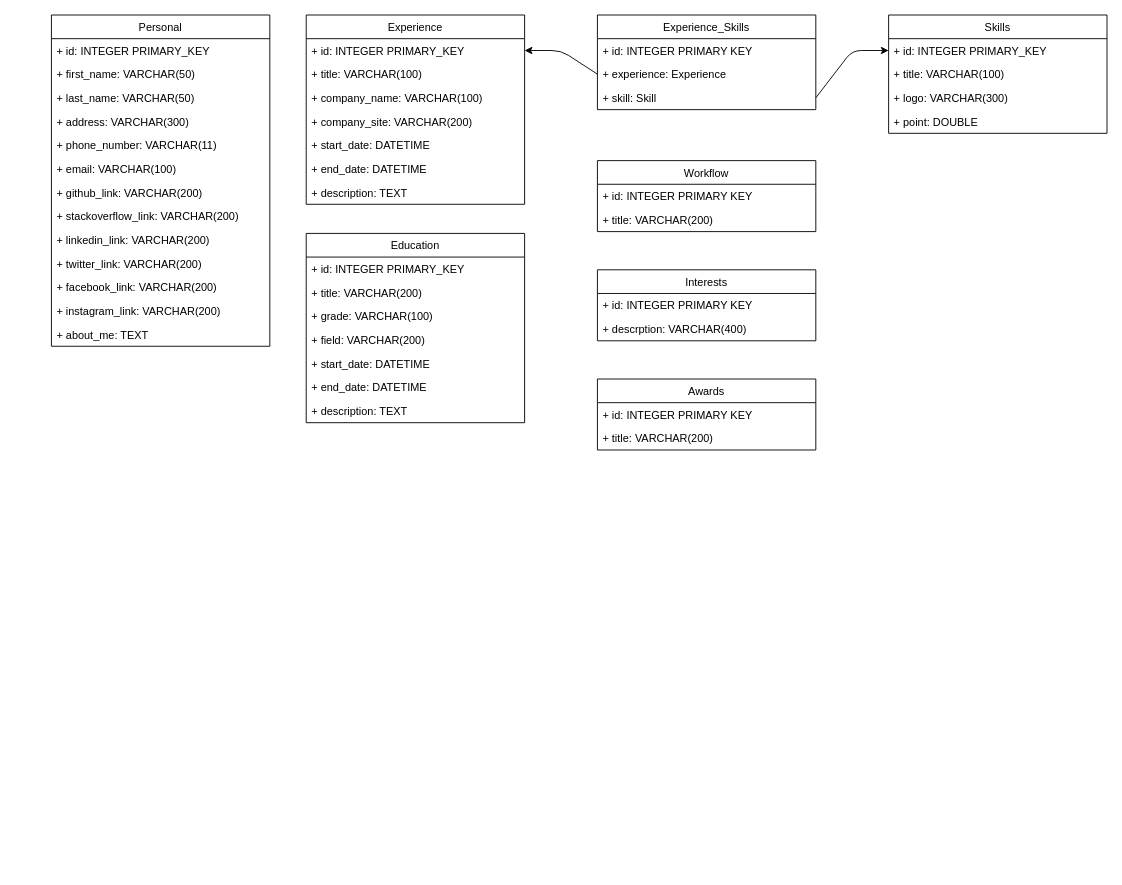
This is db.drawio from mamin75dev/resume-site-with-flask-and-mysql, a draw.io file, before an edit. Source tidied: cells renumbered, new cells numbered last; positions are measured from the earlier drawing's top-left corner, leaving out a move shared by most shapes. Both pictures are drawn from the tidied source at 91%, with x=0, y=0 at pixel (51, 15).
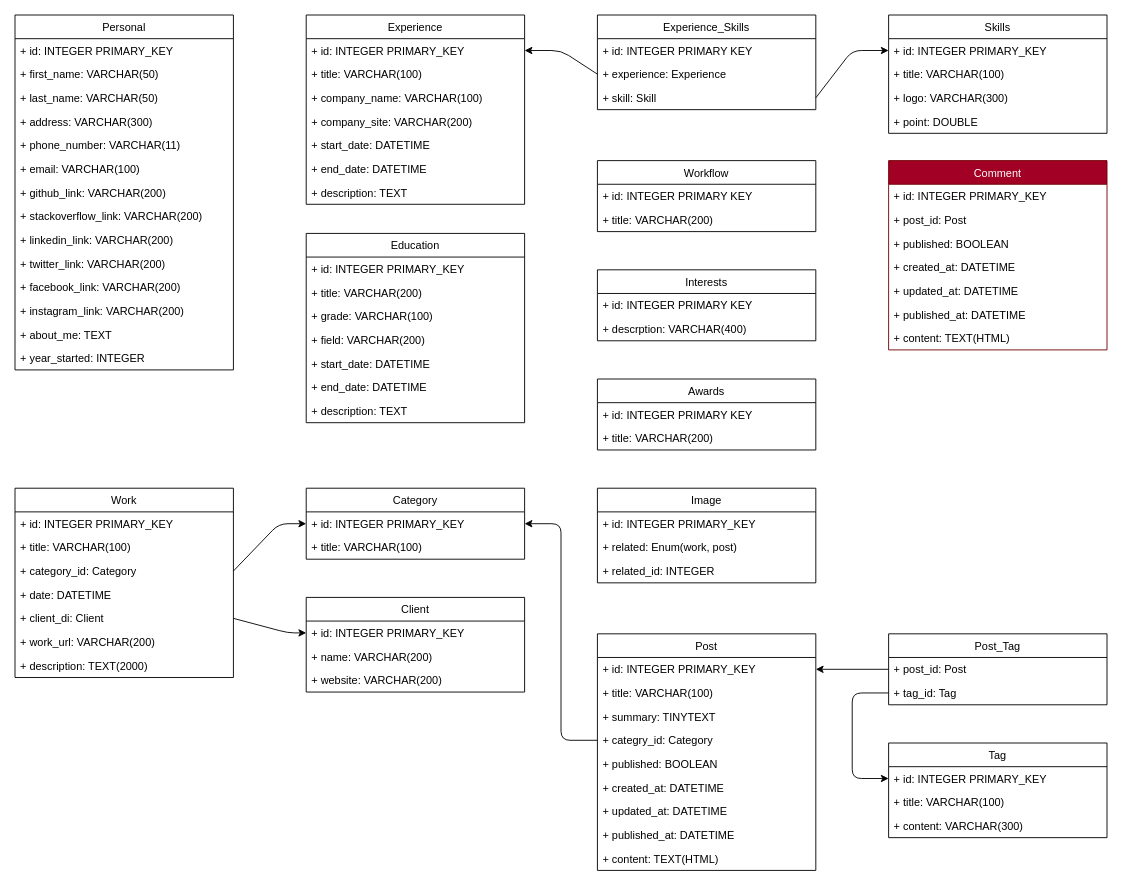
The same page after the edit.

Commit message:
change db diagram for blog and portfolio

The change refers to these unchanged cells:
```xml
<mxCell id="17" value="+ id: INTEGER PRIMARY_KEY" style="text;strokeColor=none;fillColor=none;align=left;verticalAlign=top;spacingLeft=4;spacingRight=4;overflow=hidden;points=[[0,0.5],[1,0.5]];portConstraint=eastwest;" parent="16" vertex="1">
  <mxGeometry y="26" width="240" height="26" as="geometry" />
</mxCell>
<mxCell id="39" value="+ experience: Experience" style="text;strokeColor=none;fillColor=none;align=left;verticalAlign=top;spacingLeft=4;spacingRight=4;overflow=hidden;points=[[0,0.5],[1,0.5]];portConstraint=eastwest;" parent="37" vertex="1">
  <mxGeometry y="52" width="240" height="26" as="geometry" />
</mxCell>
```

Diff of the diagram source:
```diff
@@
     <mxCell id="2" value="Personal" style="swimlane;fontStyle=0;horizontal=1;startSize=26;fillColor=none;" parent="1" vertex="1">
-      <mxGeometry width="240" height="364" as="geometry" />
+      <mxGeometry x="-40" width="240" height="390" as="geometry" />
     </mxCell>
@@
+    <mxCell id="52" value="+ year_started: INTEGER" style="text;strokeColor=none;fillColor=none;align=left;verticalAlign=top;spacingLeft=4;spacingRight=4;overflow=hidden;" parent="2" vertex="1">
+      <mxGeometry y="364" width="240" height="26" as="geometry" />
+    </mxCell>
@@
     <mxCell id="41" style="edgeStyle=none;html=1;exitX=0;exitY=0.5;exitDx=0;exitDy=0;entryX=1;entryY=0.5;entryDx=0;entryDy=0;" parent="1" edge="1" source="39" target="17">
       <mxGeometry relative="1" as="geometry">
         <Array as="points">
           <mxPoint x="560" y="39" />
+          <mxPoint x="520" y="39" />
         </Array>
       </mxGeometry>
     </mxCell>
@@
+    <mxCell id="53" value="Work" style="swimlane;fontStyle=0;horizontal=1;startSize=26;fillColor=none;" parent="1" vertex="1">
+      <mxGeometry x="-40" y="520" width="240" height="208" as="geometry" />
+    </mxCell>
+    <mxCell id="54" value="+ id: INTEGER PRIMARY_KEY" style="text;strokeColor=none;fillColor=none;align=left;verticalAlign=top;spacingLeft=4;spacingRight=4;overflow=hidden;" parent="53" vertex="1">
+      <mxGeometry y="26" width="240" height="26" as="geometry" />
+    </mxCell>
+    <mxCell id="55" value="+ title: VARCHAR(100)" style="text;strokeColor=none;fillColor=none;align=left;verticalAlign=top;spacingLeft=4;spacingRight=4;overflow=hidden;" parent="53" vertex="1">
+      <mxGeometry y="52" width="240" height="26" as="geometry" />
+    </mxCell>
+    <mxCell id="56" value="+ category_id: Category" style="text;strokeColor=none;fillColor=none;align=left;verticalAlign=top;spacingLeft=4;spacingRight=4;overflow=hidden;points=[[0,0.5],[1,0.5]];portConstraint=eastwest;" parent="53" vertex="1">
+      <mxGeometry y="78" width="240" height="26" as="geometry" />
+    </mxCell>
+    <mxCell id="57" value="+ date: DATETIME" style="text;strokeColor=none;fillColor=none;align=left;verticalAlign=top;spacingLeft=4;spacingRight=4;overflow=hidden;" parent="53" vertex="1">
+      <mxGeometry y="104" width="240" height="26" as="geometry" />
+    </mxCell>
+    <mxCell id="58" value="+ client_di: Client" style="text;strokeColor=none;fillColor=none;align=left;verticalAlign=top;spacingLeft=4;spacingRight=4;overflow=hidden;points=[[0,0.5],[1,0.5]];portConstraint=eastwest;" parent="53" vertex="1">
+      <mxGeometry y="130" width="240" height="26" as="geometry" />
+    </mxCell>
+    <mxCell id="59" value="+ work_url: VARCHAR(200)" style="text;strokeColor=none;fillColor=none;align=left;verticalAlign=top;spacingLeft=4;spacingRight=4;overflow=hidden;" parent="53" vertex="1">
+      <mxGeometry y="156" width="240" height="26" as="geometry" />
+    </mxCell>
+    <mxCell id="60" value="+ description: TEXT(2000)" style="text;strokeColor=none;fillColor=none;align=left;verticalAlign=top;spacingLeft=4;spacingRight=4;overflow=hidden;" parent="53" vertex="1">
+      <mxGeometry y="182" width="240" height="26" as="geometry" />
+    </mxCell>
+    <mxCell id="61" value="Category" style="swimlane;fontStyle=0;horizontal=1;startSize=26;fillColor=none;" parent="1" vertex="1">
+      <mxGeometry x="280" y="520" width="240" height="78" as="geometry" />
+    </mxCell>
+    <mxCell id="62" value="+ id: INTEGER PRIMARY_KEY" style="text;strokeColor=none;fillColor=none;align=left;verticalAlign=top;spacingLeft=4;spacingRight=4;overflow=hidden;points=[[0,0.5],[1,0.5]];portConstraint=eastwest;" parent="61" vertex="1">
+      <mxGeometry y="26" width="240" height="26" as="geometry" />
+    </mxCell>
+    <mxCell id="63" value="+ title: VARCHAR(100)" style="text;strokeColor=none;fillColor=none;align=left;verticalAlign=top;spacingLeft=4;spacingRight=4;overflow=hidden;" parent="61" vertex="1">
+      <mxGeometry y="52" width="240" height="26" as="geometry" />
+    </mxCell>
+    <mxCell id="64" style="edgeStyle=none;html=1;exitX=1;exitY=0.5;exitDx=0;exitDy=0;entryX=0;entryY=0.5;entryDx=0;entryDy=0;" parent="1" edge="1" source="56" target="62">
+      <mxGeometry relative="1" as="geometry">
+        <Array as="points">
+          <mxPoint x="250" y="559" />
+        </Array>
+      </mxGeometry>
+    </mxCell>
+    <mxCell id="65" value="Image" style="swimlane;fontStyle=0;horizontal=1;startSize=26;fillColor=none;" parent="1" vertex="1">
+      <mxGeometry x="600" y="520" width="240" height="104" as="geometry" />
+    </mxCell>
+    <mxCell id="66" value="+ id: INTEGER PRIMARY_KEY" style="text;strokeColor=none;fillColor=none;align=left;verticalAlign=top;spacingLeft=4;spacingRight=4;overflow=hidden;" parent="65" vertex="1">
+      <mxGeometry y="26" width="240" height="26" as="geometry" />
+    </mxCell>
+    <mxCell id="67" value="+ related: Enum(work, post)" style="text;strokeColor=none;fillColor=none;align=left;verticalAlign=top;spacingLeft=4;spacingRight=4;overflow=hidden;" parent="65" vertex="1">
+      <mxGeometry y="52" width="240" height="26" as="geometry" />
+    </mxCell>
+    <mxCell id="68" value="+ related_id: INTEGER" style="text;strokeColor=none;fillColor=none;align=left;verticalAlign=top;spacingLeft=4;spacingRight=4;overflow=hidden;" parent="65" vertex="1">
+      <mxGeometry y="78" width="240" height="26" as="geometry" />
+    </mxCell>
+    <mxCell id="69" value="Client" style="swimlane;fontStyle=0;horizontal=1;startSize=26;fillColor=none;" parent="1" vertex="1">
+      <mxGeometry x="280" y="640" width="240" height="104" as="geometry" />
+    </mxCell>
+    <mxCell id="70" value="+ id: INTEGER PRIMARY_KEY" style="text;strokeColor=none;fillColor=none;align=left;verticalAlign=top;spacingLeft=4;spacingRight=4;overflow=hidden;points=[[0,0.5],[1,0.5]];portConstraint=eastwest;" parent="69" vertex="1">
+      <mxGeometry y="26" width="240" height="26" as="geometry" />
+    </mxCell>
+    <mxCell id="71" value="+ name: VARCHAR(200)" style="text;strokeColor=none;fillColor=none;align=left;verticalAlign=top;spacingLeft=4;spacingRight=4;overflow=hidden;" parent="69" vertex="1">
+      <mxGeometry y="52" width="240" height="26" as="geometry" />
+    </mxCell>
+    <mxCell id="72" value="+ website: VARCHAR(200)" style="text;strokeColor=none;fillColor=none;align=left;verticalAlign=top;spacingLeft=4;spacingRight=4;overflow=hidden;" parent="69" vertex="1">
+      <mxGeometry y="78" width="240" height="26" as="geometry" />
+    </mxCell>
+    <mxCell id="73" style="edgeStyle=none;html=1;exitX=1;exitY=0.5;exitDx=0;exitDy=0;entryX=0;entryY=0.5;entryDx=0;entryDy=0;" parent="1" edge="1" source="58" target="70">
+      <mxGeometry relative="1" as="geometry">
+        <Array as="points">
+          <mxPoint x="260" y="679" />
+        </Array>
+      </mxGeometry>
+    </mxCell>
+    <mxCell id="74" value="Post" style="swimlane;fontStyle=0;horizontal=1;startSize=26;fillColor=none;" parent="1" vertex="1">
+      <mxGeometry x="600" y="680" width="240" height="260" as="geometry" />
+    </mxCell>
+    <mxCell id="75" value="+ id: INTEGER PRIMARY_KEY" style="text;strokeColor=none;fillColor=none;align=left;verticalAlign=top;spacingLeft=4;spacingRight=4;overflow=hidden;points=[[0,0.5],[1,0.5]];portConstraint=eastwest;" parent="74" vertex="1">
+      <mxGeometry y="26" width="240" height="26" as="geometry" />
+    </mxCell>
+    <mxCell id="76" value="+ title: VARCHAR(100)" style="text;strokeColor=none;fillColor=none;align=left;verticalAlign=top;spacingLeft=4;spacingRight=4;overflow=hidden;" parent="74" vertex="1">
+      <mxGeometry y="52" width="240" height="26" as="geometry" />
+    </mxCell>
+    <mxCell id="77" value="+ summary: TINYTEXT" style="text;strokeColor=none;fillColor=none;align=left;verticalAlign=top;spacingLeft=4;spacingRight=4;overflow=hidden;" parent="74" vertex="1">
+      <mxGeometry y="78" width="240" height="26" as="geometry" />
+    </mxCell>
+    <mxCell id="78" value="+ categry_id: Category" style="text;strokeColor=none;fillColor=none;align=left;verticalAlign=top;spacingLeft=4;spacingRight=4;overflow=hidden;points=[[0,0.5],[1,0.5]];portConstraint=eastwest;" parent="74" vertex="1">
+      <mxGeometry y="104" width="240" height="26" as="geometry" />
+    </mxCell>
+    <mxCell id="79" value="+ published: BOOLEAN" style="text;strokeColor=none;fillColor=none;align=left;verticalAlign=top;spacingLeft=4;spacingRight=4;overflow=hidden;" parent="74" vertex="1">
+      <mxGeometry y="130" width="240" height="26" as="geometry" />
+    </mxCell>
+    <mxCell id="80" value="+ created_at: DATETIME" style="text;strokeColor=none;fillColor=none;align=left;verticalAlign=top;spacingLeft=4;spacingRight=4;overflow=hidden;" parent="74" vertex="1">
+      <mxGeometry y="156" width="240" height="26" as="geometry" />
+    </mxCell>
+    <mxCell id="81" value="+ updated_at: DATETIME" style="text;strokeColor=none;fillColor=none;align=left;verticalAlign=top;spacingLeft=4;spacingRight=4;overflow=hidden;" parent="74" vertex="1">
+      <mxGeometry y="182" width="240" height="26" as="geometry" />
+    </mxCell>
+    <mxCell id="82" value="+ published_at: DATETIME" style="text;strokeColor=none;fillColor=none;align=left;verticalAlign=top;spacingLeft=4;spacingRight=4;overflow=hidden;" parent="74" vertex="1">
+      <mxGeometry y="208" width="240" height="26" as="geometry" />
+    </mxCell>
+    <mxCell id="83" value="+ content: TEXT(HTML)" style="text;strokeColor=none;fillColor=none;align=left;verticalAlign=top;spacingLeft=4;spacingRight=4;overflow=hidden;" parent="74" vertex="1">
+      <mxGeometry y="234" width="240" height="26" as="geometry" />
+    </mxCell>
+    <mxCell id="84" value="Comment" style="swimlane;fontStyle=0;horizontal=1;startSize=26;fillColor=#a20025;fontColor=#ffffff;strokeColor=#6F0000;" parent="1" vertex="1">
+      <mxGeometry x="920" y="160" width="240" height="208" as="geometry" />
+    </mxCell>
+    <mxCell id="85" value="+ id: INTEGER PRIMARY_KEY" style="text;strokeColor=none;fillColor=none;align=left;verticalAlign=top;spacingLeft=4;spacingRight=4;overflow=hidden;" parent="84" vertex="1">
+      <mxGeometry y="26" width="240" height="26" as="geometry" />
+    </mxCell>
+    <mxCell id="86" value="+ post_id: Post" style="text;strokeColor=none;fillColor=none;align=left;verticalAlign=top;spacingLeft=4;spacingRight=4;overflow=hidden;" parent="84" vertex="1">
+      <mxGeometry y="52" width="240" height="26" as="geometry" />
+    </mxCell>
+    <mxCell id="87" value="+ published: BOOLEAN" style="text;strokeColor=none;fillColor=none;align=left;verticalAlign=top;spacingLeft=4;spacingRight=4;overflow=hidden;" parent="84" vertex="1">
+      <mxGeometry y="78" width="240" height="26" as="geometry" />
+    </mxCell>
+    <mxCell id="88" value="+ created_at: DATETIME" style="text;strokeColor=none;fillColor=none;align=left;verticalAlign=top;spacingLeft=4;spacingRight=4;overflow=hidden;" parent="84" vertex="1">
+      <mxGeometry y="104" width="240" height="26" as="geometry" />
+    </mxCell>
+    <mxCell id="89" value="+ updated_at: DATETIME" style="text;strokeColor=none;fillColor=none;align=left;verticalAlign=top;spacingLeft=4;spacingRight=4;overflow=hidden;" parent="84" vertex="1">
+      <mxGeometry y="130" width="240" height="26" as="geometry" />
+    </mxCell>
+    <mxCell id="90" value="+ published_at: DATETIME" style="text;strokeColor=none;fillColor=none;align=left;verticalAlign=top;spacingLeft=4;spacingRight=4;overflow=hidden;" parent="84" vertex="1">
+      <mxGeometry y="156" width="240" height="26" as="geometry" />
+    </mxCell>
+    <mxCell id="91" value="+ content: TEXT(HTML)" style="text;strokeColor=none;fillColor=none;align=left;verticalAlign=top;spacingLeft=4;spacingRight=4;overflow=hidden;" parent="84" vertex="1">
+      <mxGeometry y="182" width="240" height="26" as="geometry" />
+    </mxCell>
+    <mxCell id="92" value="Tag" style="swimlane;fontStyle=0;horizontal=1;startSize=26;fillColor=none;" parent="1" vertex="1">
+      <mxGeometry x="920" y="800" width="240" height="104" as="geometry" />
+    </mxCell>
+    <mxCell id="93" value="+ id: INTEGER PRIMARY_KEY" style="text;strokeColor=none;fillColor=none;align=left;verticalAlign=top;spacingLeft=4;spacingRight=4;overflow=hidden;points=[[0,0.5],[1,0.5]];portConstraint=eastwest;" parent="92" vertex="1">
+      <mxGeometry y="26" width="240" height="26" as="geometry" />
+    </mxCell>
+    <mxCell id="94" value="+ title: VARCHAR(100)" style="text;strokeColor=none;fillColor=none;align=left;verticalAlign=top;spacingLeft=4;spacingRight=4;overflow=hidden;" parent="92" vertex="1">
+      <mxGeometry y="52" width="240" height="26" as="geometry" />
+    </mxCell>
+    <mxCell id="95" value="+ content: VARCHAR(300)" style="text;strokeColor=none;fillColor=none;align=left;verticalAlign=top;spacingLeft=4;spacingRight=4;overflow=hidden;" parent="92" vertex="1">
+      <mxGeometry y="78" width="240" height="26" as="geometry" />
+    </mxCell>
+    <mxCell id="96" value="Post_Tag" style="swimlane;fontStyle=0;horizontal=1;startSize=26;fillColor=none;" parent="1" vertex="1">
+      <mxGeometry x="920" y="680" width="240" height="78" as="geometry" />
+    </mxCell>
+    <mxCell id="97" value="+ post_id: Post" style="text;strokeColor=none;fillColor=none;align=left;verticalAlign=top;spacingLeft=4;spacingRight=4;overflow=hidden;points=[[0,0.5],[1,0.5]];portConstraint=eastwest;" parent="96" vertex="1">
+      <mxGeometry y="26" width="240" height="26" as="geometry" />
+    </mxCell>
+    <mxCell id="98" value="+ tag_id: Tag" style="text;strokeColor=none;fillColor=none;align=left;verticalAlign=top;spacingLeft=4;spacingRight=4;overflow=hidden;points=[[0,0.5],[1,0.5]];portConstraint=eastwest;" parent="96" vertex="1">
+      <mxGeometry y="52" width="240" height="26" as="geometry" />
+    </mxCell>
+    <mxCell id="99" style="edgeStyle=none;html=1;exitX=0;exitY=0.5;exitDx=0;exitDy=0;entryX=1;entryY=0.5;entryDx=0;entryDy=0;" parent="1" edge="1" source="78" target="62">
+      <mxGeometry relative="1" as="geometry">
+        <Array as="points">
+          <mxPoint x="560" y="797" />
+          <mxPoint x="560" y="559" />
+        </Array>
+      </mxGeometry>
+    </mxCell>
+    <mxCell id="100" style="edgeStyle=none;html=1;exitX=0;exitY=0.5;exitDx=0;exitDy=0;entryX=1;entryY=0.5;entryDx=0;entryDy=0;" parent="1" edge="1" source="97" target="75">
+      <mxGeometry relative="1" as="geometry" />
+    </mxCell>
+    <mxCell id="101" style="edgeStyle=none;html=1;exitX=0;exitY=0.5;exitDx=0;exitDy=0;entryX=0;entryY=0.5;entryDx=0;entryDy=0;" parent="1" edge="1" source="98" target="93">
+      <mxGeometry relative="1" as="geometry">
+        <Array as="points">
+          <mxPoint x="880" y="745" />
+          <mxPoint x="880" y="839" />
+        </Array>
+      </mxGeometry>
+    </mxCell>
```
